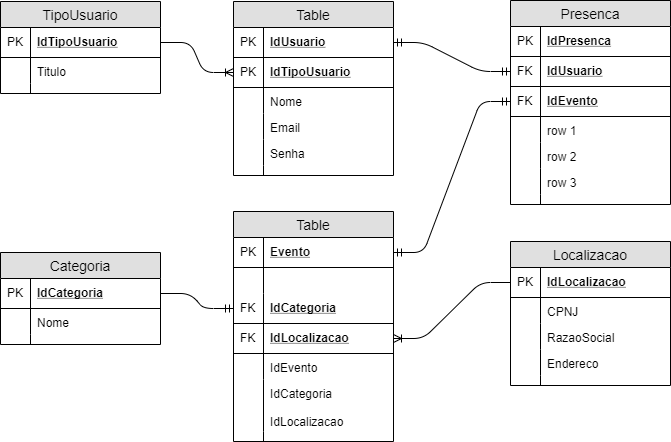
Above: modelagem/modelagem_logico.png in Nakkat/Gufos (draw.io), before the change. Source tidied: cells renumbered, new cells last; positions are measured from the earlier drawing's top-left corner, leaving out a move shared by most shapes.
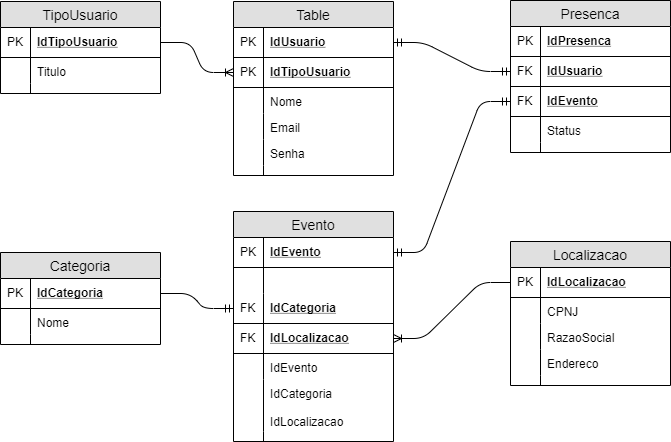
The same file after the commit.

Diff of the diagram source:
```diff
@@ -86,10 +86,10 @@
     <mxCell id="29" style="edgeStyle=entityRelationEdgeStyle;fontSize=12;html=1;endArrow=ERoneToMany;entryX=0;entryY=0.5;entryDx=0;entryDy=0;" parent="1" edge="1" source="3" target="12">
       <mxGeometry relative="1" as="geometry" />
     </mxCell>
-    <mxCell id="30" value="Table" style="swimlane;fontStyle=0;horizontal=1;startSize=26;fillColor=#e0e0e0;swimlaneFillColor=#ffffff;align=center;fontSize=14;" parent="1" vertex="1">
+    <mxCell id="30" value="Evento" style="swimlane;fontStyle=0;horizontal=1;startSize=26;fillColor=#e0e0e0;swimlaneFillColor=#ffffff;align=center;fontSize=14;" parent="1" vertex="1">
       <mxGeometry x="233" y="211" width="160" height="230" as="geometry" />
     </mxCell>
-    <mxCell id="31" value="Evento" style="shape=partialRectangle;top=0;left=0;right=0;bottom=1;align=left;verticalAlign=middle;fillColor=none;spacingLeft=34;spacingRight=4;overflow=hidden;points=[[0,0.5],[1,0.5]];portConstraint=eastwest;fontStyle=5;fontSize=12;" parent="30" vertex="1">
+    <mxCell id="31" value="IdEvento" style="shape=partialRectangle;top=0;left=0;right=0;bottom=1;align=left;verticalAlign=middle;fillColor=none;spacingLeft=34;spacingRight=4;overflow=hidden;points=[[0,0.5],[1,0.5]];portConstraint=eastwest;fontStyle=5;fontSize=12;" parent="30" vertex="1">
       <mxGeometry y="26" width="160" height="30" as="geometry" />
     </mxCell>
     <mxCell id="32" value="PK" style="shape=partialRectangle;top=0;left=0;bottom=0;fillColor=none;align=left;verticalAlign=middle;spacingLeft=4;spacingRight=4;overflow=hidden;fontSize=12;" parent="31" vertex="1">
@@ -132,7 +132,7 @@
       <mxGeometry width="30" height="10" as="geometry" />
     </mxCell>
     <mxCell id="45" value="Presenca" style="swimlane;fontStyle=0;horizontal=1;startSize=26;fillColor=#e0e0e0;swimlaneFillColor=#ffffff;align=center;fontSize=14;" parent="1" vertex="1">
-      <mxGeometry x="510" width="160" height="204" as="geometry" />
+      <mxGeometry x="510" width="160" height="152" as="geometry" />
     </mxCell>
     <mxCell id="46" value="IdPresenca" style="shape=partialRectangle;top=0;left=0;right=0;bottom=1;align=left;verticalAlign=middle;fillColor=none;spacingLeft=34;spacingRight=4;overflow=hidden;fontStyle=5;fontSize=12;" parent="45" vertex="1">
       <mxGeometry y="26" width="160" height="30" as="geometry" />
@@ -152,26 +152,14 @@
     <mxCell id="51" value="FK" style="shape=partialRectangle;top=0;left=0;bottom=0;fillColor=none;align=left;verticalAlign=middle;spacingLeft=4;spacingRight=4;overflow=hidden;fontSize=12;" parent="50" vertex="1">
       <mxGeometry width="30" height="30" as="geometry" />
     </mxCell>
-    <mxCell id="52" value="row 1" style="shape=partialRectangle;top=0;left=0;right=0;bottom=0;align=left;verticalAlign=top;fillColor=none;spacingLeft=34;spacingRight=4;overflow=hidden;fontSize=12;" parent="45" vertex="1">
+    <mxCell id="52" value="Status" style="shape=partialRectangle;top=0;left=0;right=0;bottom=0;align=left;verticalAlign=top;fillColor=none;spacingLeft=34;spacingRight=4;overflow=hidden;fontSize=12;" parent="45" vertex="1">
       <mxGeometry y="116" width="160" height="26" as="geometry" />
     </mxCell>
     <mxCell id="53" style="shape=partialRectangle;top=0;left=0;bottom=0;fillColor=none;align=left;verticalAlign=top;spacingLeft=4;spacingRight=4;overflow=hidden;fontSize=12;" parent="52" vertex="1">
       <mxGeometry width="30" height="26" as="geometry" />
     </mxCell>
-    <mxCell id="54" value="row 2" style="shape=partialRectangle;top=0;left=0;right=0;bottom=0;align=left;verticalAlign=top;fillColor=none;spacingLeft=34;spacingRight=4;overflow=hidden;fontSize=12;" parent="45" vertex="1">
-      <mxGeometry y="142" width="160" height="26" as="geometry" />
-    </mxCell>
-    <mxCell id="55" style="shape=partialRectangle;top=0;left=0;bottom=0;fillColor=none;align=left;verticalAlign=top;spacingLeft=4;spacingRight=4;overflow=hidden;fontSize=12;" parent="54" vertex="1">
-      <mxGeometry width="30" height="26" as="geometry" />
-    </mxCell>
-    <mxCell id="56" value="row 3" style="shape=partialRectangle;top=0;left=0;right=0;bottom=0;align=left;verticalAlign=top;fillColor=none;spacingLeft=34;spacingRight=4;overflow=hidden;fontSize=12;" parent="45" vertex="1">
-      <mxGeometry y="168" width="160" height="26" as="geometry" />
-    </mxCell>
-    <mxCell id="57" style="shape=partialRectangle;top=0;left=0;bottom=0;fillColor=none;align=left;verticalAlign=top;spacingLeft=4;spacingRight=4;overflow=hidden;fontSize=12;" parent="56" vertex="1">
-      <mxGeometry width="30" height="26" as="geometry" />
-    </mxCell>
     <mxCell id="58" style="shape=partialRectangle;top=0;left=0;right=0;bottom=0;align=left;verticalAlign=top;fillColor=none;spacingLeft=34;spacingRight=4;overflow=hidden;fontSize=12;" parent="45" vertex="1">
-      <mxGeometry y="194" width="160" height="10" as="geometry" />
+      <mxGeometry y="142" width="160" height="10" as="geometry" />
     </mxCell>
     <mxCell id="59" style="shape=partialRectangle;top=0;left=0;bottom=0;fillColor=none;align=left;verticalAlign=top;spacingLeft=4;spacingRight=4;overflow=hidden;fontSize=12;" parent="58" vertex="1">
       <mxGeometry width="30" height="10" as="geometry" />
```
